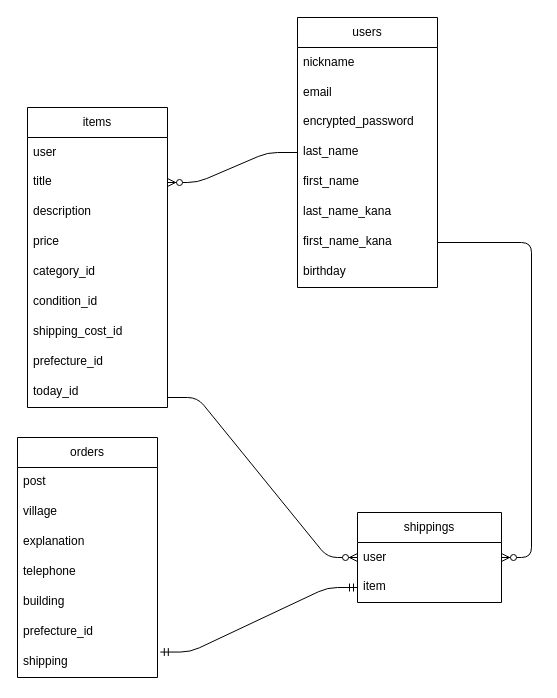
Above: furima.dio in 20230824/furima-39867 (draw.io), before the change. Source tidied: cells renumbered, new cells numbered last; positions are measured from the earlier drawing's top-left corner, leaving out a move shared by most shapes. Both pictures are drawn from the tidied source at 100%, with x=0, y=0 at pixel (17, 17).
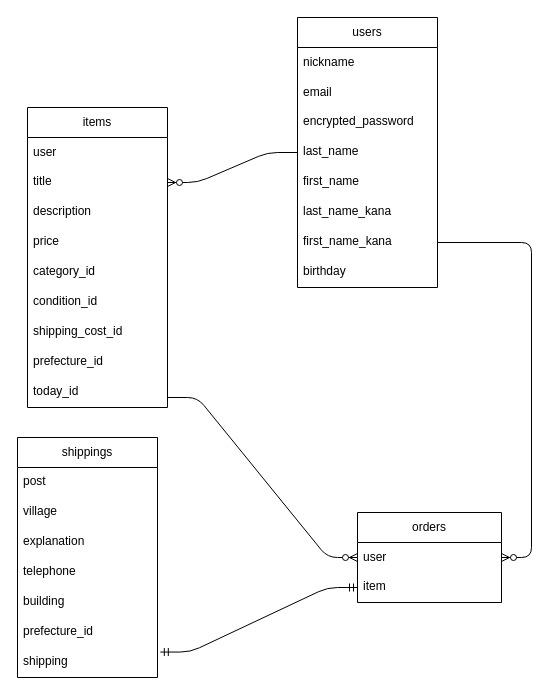
Above is the later version.

The edit, as a diff of the source:
```diff
@@
-    <mxCell id="11" value="shippings" style="swimlane;fontStyle=0;horizontal=1;startSize=30;whiteSpace=wrap;html=1;" parent="1" vertex="1">
+    <mxCell id="11" value="orders" style="swimlane;fontStyle=0;horizontal=1;startSize=30;whiteSpace=wrap;html=1;" parent="1" vertex="1">
       <mxGeometry x="340" y="495" width="144" height="90" as="geometry" />
     </mxCell>
@@
-    <mxCell id="25" value="orders" style="swimlane;fontStyle=0;horizontal=1;startSize=30;whiteSpace=wrap;html=1;" parent="1" vertex="1">
+    <mxCell id="25" value="shippings" style="swimlane;fontStyle=0;horizontal=1;startSize=30;whiteSpace=wrap;html=1;" parent="1" vertex="1">
       <mxGeometry y="420" width="140" height="240" as="geometry" />
     </mxCell>
```
